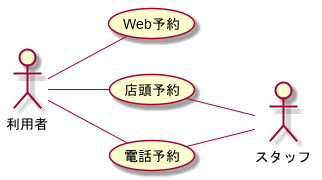
Earlier version of the PlantUML export modeling/04_BusinessUsecase_予約/BusinessUsecase.png (TakashiOnawa/ddd-practice-studio-reservation).
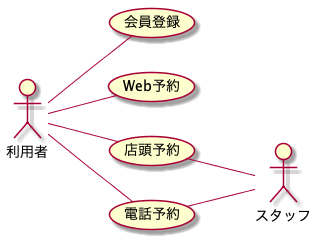
After the change.

Diff of the diagram source:
```diff
@@ -5,6 +5,7 @@
 actor 利用者
 actor スタッフ
 
+利用者 -- (会員登録)
 利用者 -- (Web予約)
 利用者 -- (店頭予約)
 (店頭予約) -- スタッフ
```
